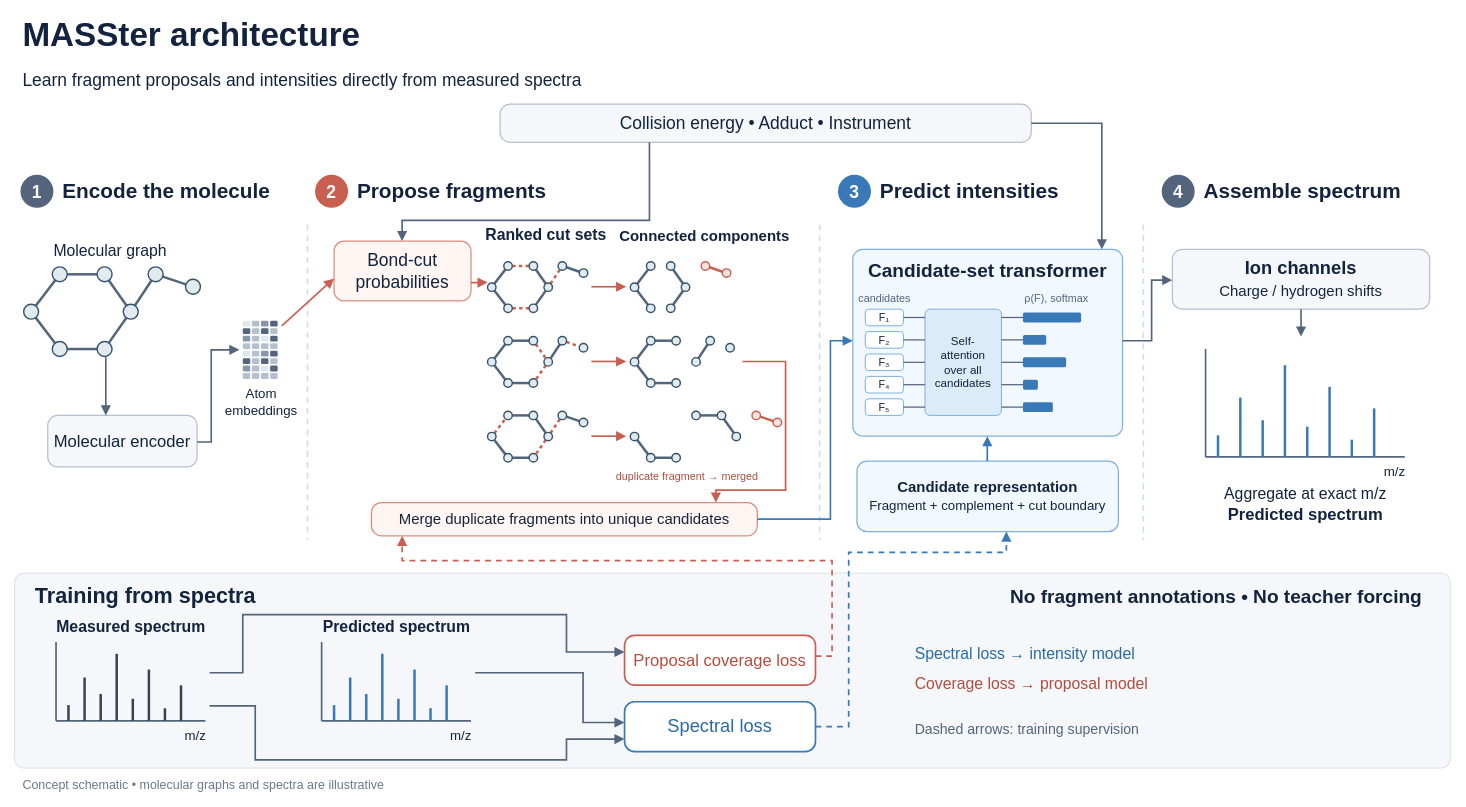
Earlier version of the draw.io diagram docs/figures/masster_architecture.drawio (LZhang98/fragnnet). Source tidied: cells renumbered, new cells numbered last; positions are measured from the earlier drawing's top-left corner, leaving out a move shared by most shapes. Both pictures are drawn from the tidied source at 83%, with x=0, y=0 at pixel (14, 18).
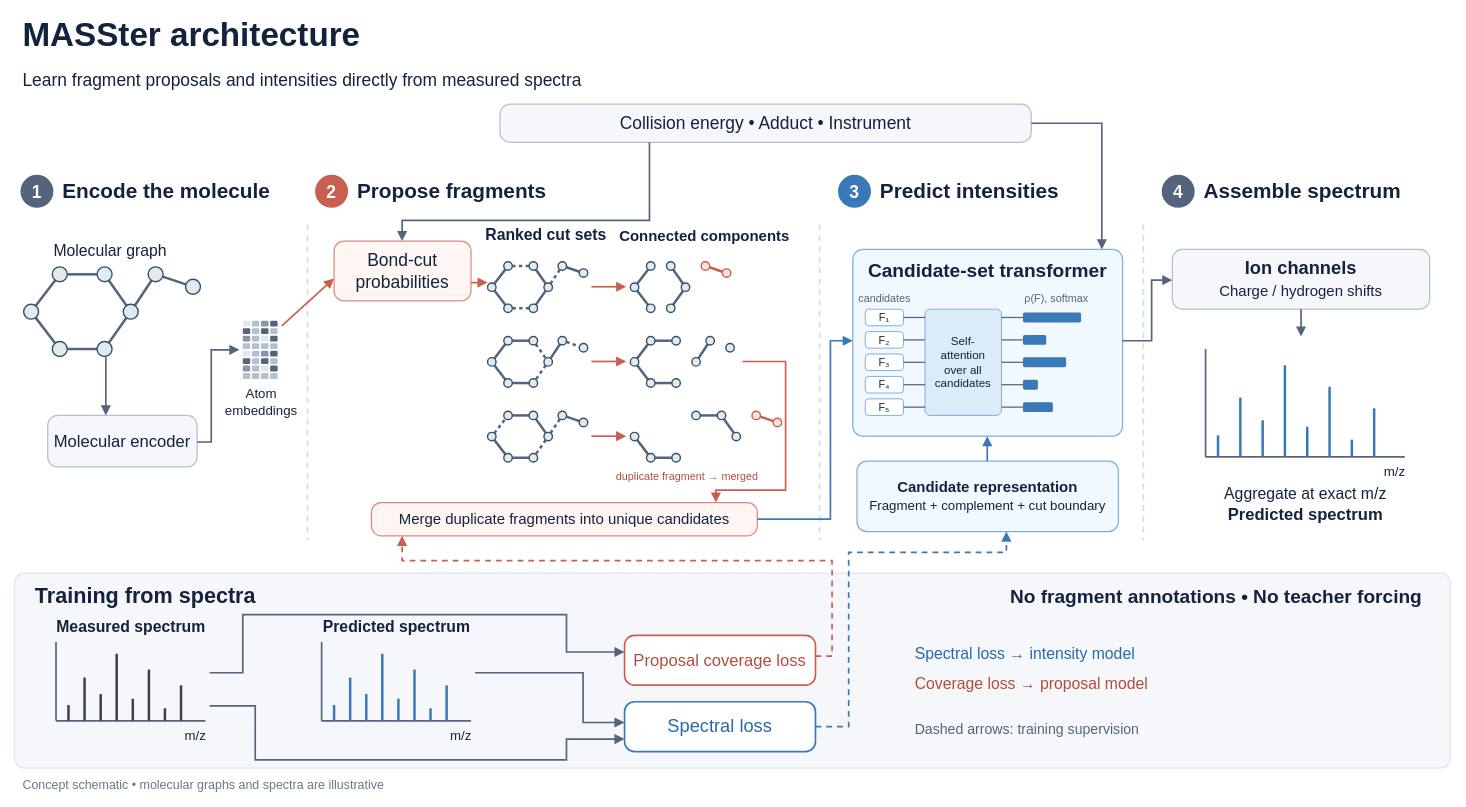
After the change.

The change refers to these unchanged cells:
```xml
<mxCell id="110" style="group;" parent="1" vertex="1">
  <mxGeometry x="569.9" y="292.9" width="120.7" height="61.2" as="geometry" />
</mxCell>
<mxCell id="120" style="ellipse;whiteSpace=wrap;html=1;fillColor=#e1ebee;strokeColor=#35526b;strokeWidth=1.7;fontFamily=Arial;fontSize=12;fontStyle=0;fontColor=#13233e;" parent="110" vertex="1">
  <mxGeometry x="19.6" width="10.2" height="10.2" as="geometry" />
</mxCell>
<mxCell id="121" style="ellipse;whiteSpace=wrap;html=1;fillColor=#e1ebee;strokeColor=#35526b;strokeWidth=1.7;fontFamily=Arial;fontSize=12;fontStyle=0;fontColor=#13233e;" parent="110" vertex="1">
  <mxGeometry x="50.1" width="10.2" height="10.2" as="geometry" />
</mxCell>
<mxCell id="122" style="ellipse;whiteSpace=wrap;html=1;fillColor=#e1ebee;strokeColor=#35526b;strokeWidth=1.7;fontFamily=Arial;fontSize=12;fontStyle=0;fontColor=#13233e;" parent="110" vertex="1">
  <mxGeometry x="68" y="25.5" width="10.2" height="10.2" as="geometry" />
</mxCell>
<mxCell id="123" style="ellipse;whiteSpace=wrap;html=1;fillColor=#e1ebee;strokeColor=#35526b;strokeWidth=1.7;fontFamily=Arial;fontSize=12;fontStyle=0;fontColor=#13233e;" parent="110" vertex="1">
  <mxGeometry x="50.1" y="51" width="10.2" height="10.2" as="geometry" />
</mxCell>
<mxCell id="124" style="ellipse;whiteSpace=wrap;html=1;fillColor=#e1ebee;strokeColor=#35526b;strokeWidth=1.7;fontFamily=Arial;fontSize=12;fontStyle=0;fontColor=#13233e;" parent="110" vertex="1">
  <mxGeometry x="19.6" y="51" width="10.2" height="10.2" as="geometry" />
</mxCell>
<mxCell id="125" style="ellipse;whiteSpace=wrap;html=1;fillColor=#e1ebee;strokeColor=#35526b;strokeWidth=1.7;fontFamily=Arial;fontSize=12;fontStyle=0;fontColor=#13233e;" parent="110" vertex="1">
  <mxGeometry x="85" width="10.2" height="10.2" as="geometry" />
</mxCell>
<mxCell id="141" style="group;" parent="1" vertex="1">
  <mxGeometry x="569.9" y="382.9" width="120.7" height="61.2" as="geometry" />
</mxCell>
<mxCell id="152" style="ellipse;whiteSpace=wrap;html=1;fillColor=#e1ebee;strokeColor=#35526b;strokeWidth=1.7;fontFamily=Arial;fontSize=12;fontStyle=0;fontColor=#13233e;" parent="141" vertex="1">
  <mxGeometry x="50.1" width="10.2" height="10.2" as="geometry" />
</mxCell>
<mxCell id="153" style="ellipse;whiteSpace=wrap;html=1;fillColor=#e1ebee;strokeColor=#35526b;strokeWidth=1.7;fontFamily=Arial;fontSize=12;fontStyle=0;fontColor=#13233e;" parent="141" vertex="1">
  <mxGeometry x="68" y="25.5" width="10.2" height="10.2" as="geometry" />
</mxCell>
<mxCell id="154" style="ellipse;whiteSpace=wrap;html=1;fillColor=#e1ebee;strokeColor=#35526b;strokeWidth=1.7;fontFamily=Arial;fontSize=12;fontStyle=0;fontColor=#13233e;" parent="141" vertex="1">
  <mxGeometry x="50.1" y="51" width="10.2" height="10.2" as="geometry" />
</mxCell>
<mxCell id="156" style="ellipse;whiteSpace=wrap;html=1;fillColor=#e1ebee;strokeColor=#35526b;strokeWidth=1.7;fontFamily=Arial;fontSize=12;fontStyle=0;fontColor=#13233e;" parent="141" vertex="1">
  <mxGeometry x="85" width="10.2" height="10.2" as="geometry" />
</mxCell>
<mxCell id="157" style="ellipse;whiteSpace=wrap;html=1;fillColor=#e1ebee;strokeColor=#35526b;strokeWidth=1.7;fontFamily=Arial;fontSize=12;fontStyle=0;fontColor=#13233e;" parent="141" vertex="1">
  <mxGeometry x="110.5" y="8.5" width="10.2" height="10.2" as="geometry" />
</mxCell>
<mxCell id="172" style="group;" parent="1" vertex="1">
  <mxGeometry x="569.9" y="472.9" width="120.7" height="61.2" as="geometry" />
</mxCell>
<mxCell id="181" style="ellipse;whiteSpace=wrap;html=1;fillColor=#e1ebee;strokeColor=#35526b;strokeWidth=1.7;fontFamily=Arial;fontSize=12;fontStyle=0;fontColor=#13233e;" parent="172" vertex="1">
  <mxGeometry y="25.5" width="10.2" height="10.2" as="geometry" />
</mxCell>
<mxCell id="182" style="ellipse;whiteSpace=wrap;html=1;fillColor=#e1ebee;strokeColor=#35526b;strokeWidth=1.7;fontFamily=Arial;fontSize=12;fontStyle=0;fontColor=#13233e;" parent="172" vertex="1">
  <mxGeometry x="19.6" width="10.2" height="10.2" as="geometry" />
</mxCell>
<mxCell id="184" style="ellipse;whiteSpace=wrap;html=1;fillColor=#e1ebee;strokeColor=#35526b;strokeWidth=1.7;fontFamily=Arial;fontSize=12;fontStyle=0;fontColor=#13233e;" parent="172" vertex="1">
  <mxGeometry x="68" y="25.5" width="10.2" height="10.2" as="geometry" />
</mxCell>
<mxCell id="185" style="ellipse;whiteSpace=wrap;html=1;fillColor=#e1ebee;strokeColor=#35526b;strokeWidth=1.7;fontFamily=Arial;fontSize=12;fontStyle=0;fontColor=#13233e;" parent="172" vertex="1">
  <mxGeometry x="50.1" y="51" width="10.2" height="10.2" as="geometry" />
</mxCell>
<mxCell id="187" style="ellipse;whiteSpace=wrap;html=1;fillColor=#e1ebee;strokeColor=#35526b;strokeWidth=1.7;fontFamily=Arial;fontSize=12;fontStyle=0;fontColor=#13233e;" parent="172" vertex="1">
  <mxGeometry x="85" width="10.2" height="10.2" as="geometry" />
</mxCell>
```

Change to the diagram source:
```diff
@@
-    <mxCell id="112" style="edgeStyle=none;html=1;strokeColor=#c95f50;strokeWidth=3;endArrow=none;startArrow=none;dashed=1;dashPattern=4 4;fixDash=1;" parent="110" edge="1" source="120" target="121">
+    <mxCell id="112" style="edgeStyle=none;html=1;strokeColor=#53647c;strokeWidth=3;endArrow=none;startArrow=none;dashed=1;dashPattern=4 4;fixDash=1;" parent="110" edge="1" source="120" target="121">
       <mxGeometry relative="1" as="geometry" />
     </mxCell>
@@
-    <mxCell id="115" style="edgeStyle=none;html=1;strokeColor=#c95f50;strokeWidth=3;endArrow=none;startArrow=none;dashed=1;dashPattern=4 4;fixDash=1;" parent="110" edge="1" source="123" target="124">
+    <mxCell id="115" style="edgeStyle=none;html=1;strokeColor=#53647c;strokeWidth=3;endArrow=none;startArrow=none;dashed=1;dashPattern=4 4;fixDash=1;" parent="110" edge="1" source="123" target="124">
       <mxGeometry relative="1" as="geometry" />
     </mxCell>
@@
-    <mxCell id="117" style="edgeStyle=none;html=1;strokeColor=#c95f50;strokeWidth=3;endArrow=none;startArrow=none;dashed=1;dashPattern=4 4;fixDash=1;" parent="110" edge="1" source="122" target="125">
+    <mxCell id="117" style="edgeStyle=none;html=1;strokeColor=#53647c;strokeWidth=3;endArrow=none;startArrow=none;dashed=1;dashPattern=4 4;fixDash=1;" parent="110" edge="1" source="122" target="125">
       <mxGeometry relative="1" as="geometry" />
     </mxCell>
@@
-    <mxCell id="144" style="edgeStyle=none;html=1;strokeColor=#c95f50;strokeWidth=3;endArrow=none;startArrow=none;dashed=1;dashPattern=4 4;fixDash=1;" parent="141" edge="1" source="152" target="153">
+    <mxCell id="144" style="edgeStyle=none;html=1;strokeColor=#53647c;strokeWidth=3;endArrow=none;startArrow=none;dashed=1;dashPattern=4 4;fixDash=1;" parent="141" edge="1" source="152" target="153">
       <mxGeometry relative="1" as="geometry" />
     </mxCell>
-    <mxCell id="145" style="edgeStyle=none;html=1;strokeColor=#c95f50;strokeWidth=3;endArrow=none;startArrow=none;dashed=1;dashPattern=4 4;fixDash=1;" parent="141" edge="1" source="153" target="154">
+    <mxCell id="145" style="edgeStyle=none;html=1;strokeColor=#53647c;strokeWidth=3;endArrow=none;startArrow=none;dashed=1;dashPattern=4 4;fixDash=1;" parent="141" edge="1" source="153" target="154">
       <mxGeometry relative="1" as="geometry" />
     </mxCell>
@@
-    <mxCell id="149" style="edgeStyle=none;html=1;strokeColor=#c95f50;strokeWidth=3;endArrow=none;startArrow=none;dashed=1;dashPattern=4 4;fixDash=1;" parent="141" edge="1" source="156" target="157">
+    <mxCell id="149" style="edgeStyle=none;html=1;strokeColor=#53647c;strokeWidth=3;endArrow=none;startArrow=none;dashed=1;dashPattern=4 4;fixDash=1;" parent="141" edge="1" source="156" target="157">
       <mxGeometry relative="1" as="geometry" />
     </mxCell>
@@
-    <mxCell id="173" style="edgeStyle=none;html=1;strokeColor=#c95f50;strokeWidth=3;endArrow=none;startArrow=none;dashed=1;dashPattern=4 4;fixDash=1;" parent="172" edge="1" source="181" target="182">
+    <mxCell id="173" style="edgeStyle=none;html=1;strokeColor=#53647c;strokeWidth=3;endArrow=none;startArrow=none;dashed=1;dashPattern=4 4;fixDash=1;" parent="172" edge="1" source="181" target="182">
       <mxGeometry relative="1" as="geometry" />
     </mxCell>
@@
-    <mxCell id="176" style="edgeStyle=none;html=1;strokeColor=#c95f50;strokeWidth=3;endArrow=none;startArrow=none;dashed=1;dashPattern=4 4;fixDash=1;" parent="172" edge="1" source="184" target="185">
+    <mxCell id="176" style="edgeStyle=none;html=1;strokeColor=#53647c;strokeWidth=3;endArrow=none;startArrow=none;dashed=1;dashPattern=4 4;fixDash=1;" parent="172" edge="1" source="184" target="185">
       <mxGeometry relative="1" as="geometry" />
     </mxCell>
@@
-    <mxCell id="179" style="edgeStyle=none;html=1;strokeColor=#c95f50;strokeWidth=3;endArrow=none;startArrow=none;dashed=1;dashPattern=4 4;fixDash=1;" parent="172" edge="1" source="184" target="187">
+    <mxCell id="179" style="edgeStyle=none;html=1;strokeColor=#53647c;strokeWidth=3;endArrow=none;startArrow=none;dashed=1;dashPattern=4 4;fixDash=1;" parent="172" edge="1" source="184" target="187">
       <mxGeometry relative="1" as="geometry" />
     </mxCell>
```
